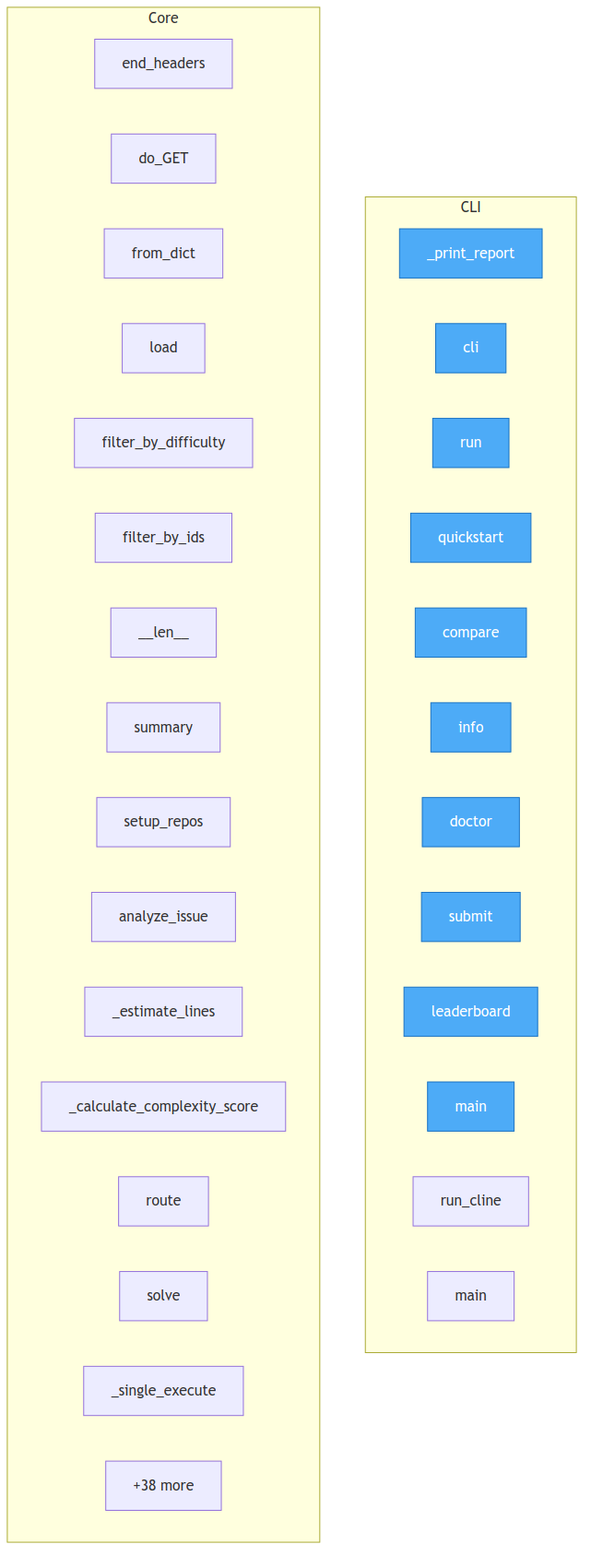
This is project/flow.png from semcod/qualbench, a Mermaid export, as it was before one commit. Its source is kept beside it as project/flow.mmd.
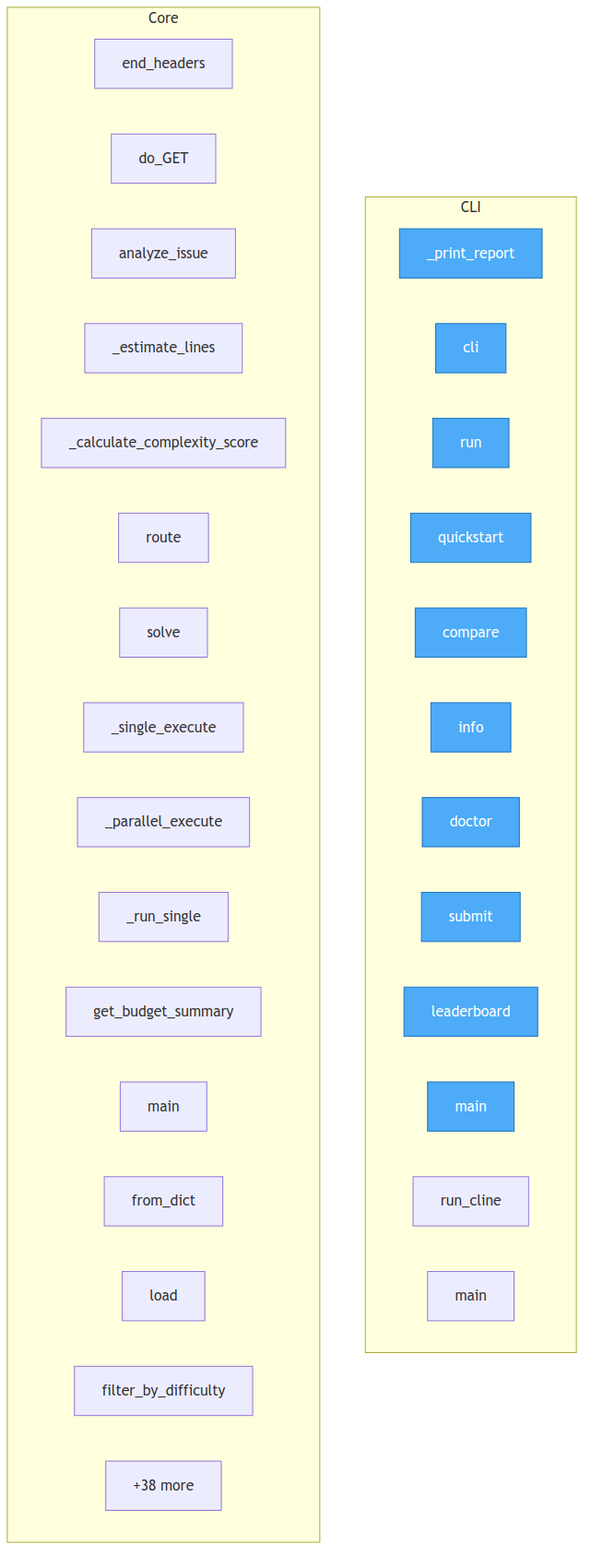
The same diagram one commit later.

Change to the diagram source:
```diff
@@ -20,19 +20,19 @@
     subgraph Core
         server__Handler__end_headers["end_headers"]
         server__Handler__do_GET["do_GET"]
-        qualbench__dataset__Issue__from_dict["from_dict"]
-        qualbench__dataset__Dataset__load["load"]
-        qualbench__dataset__Dataset__filter_by_difficulty["filter_by_difficulty"]
-        qualbench__dataset__Dataset__filter_by_ids["filter_by_ids"]
-        qualbench__dataset__Dataset____len__["__len__"]
-        qualbench__dataset__Dataset__summary["summary"]
-        qualbench__utils__repos__setup_repos["setup_repos"]
         qualbench__supervisor__SupervisorAI__analyze_issue["analyze_issue"]
         qualbench__supervisor__SupervisorAI___estimate_lines["_estimate_lines"]
         qualbench__supervisor__SupervisorAI___calculate_complexity_score["_calculate_complexity_score"]
         qualbench__supervisor__SupervisorAI__route["route"]
         qualbench__supervisor__SupervisorAI__solve["solve"]
         qualbench__supervisor__SupervisorAI___single_execute["_single_execute"]
+        qualbench__supervisor__SupervisorAI___parallel_execute["_parallel_execute"]
+        qualbench__supervisor__SupervisorAI___run_single["_run_single"]
+        qualbench__supervisor__SupervisorAI__get_budget_summary["get_budget_summary"]
+        qualbench__supervisor__main["main"]
+        qualbench__dataset__Issue__from_dict["from_dict"]
+        qualbench__dataset__Dataset__load["load"]
+        qualbench__dataset__Dataset__filter_by_difficulty["filter_by_difficulty"]
         ...["+38 more"]
     end
 
```
